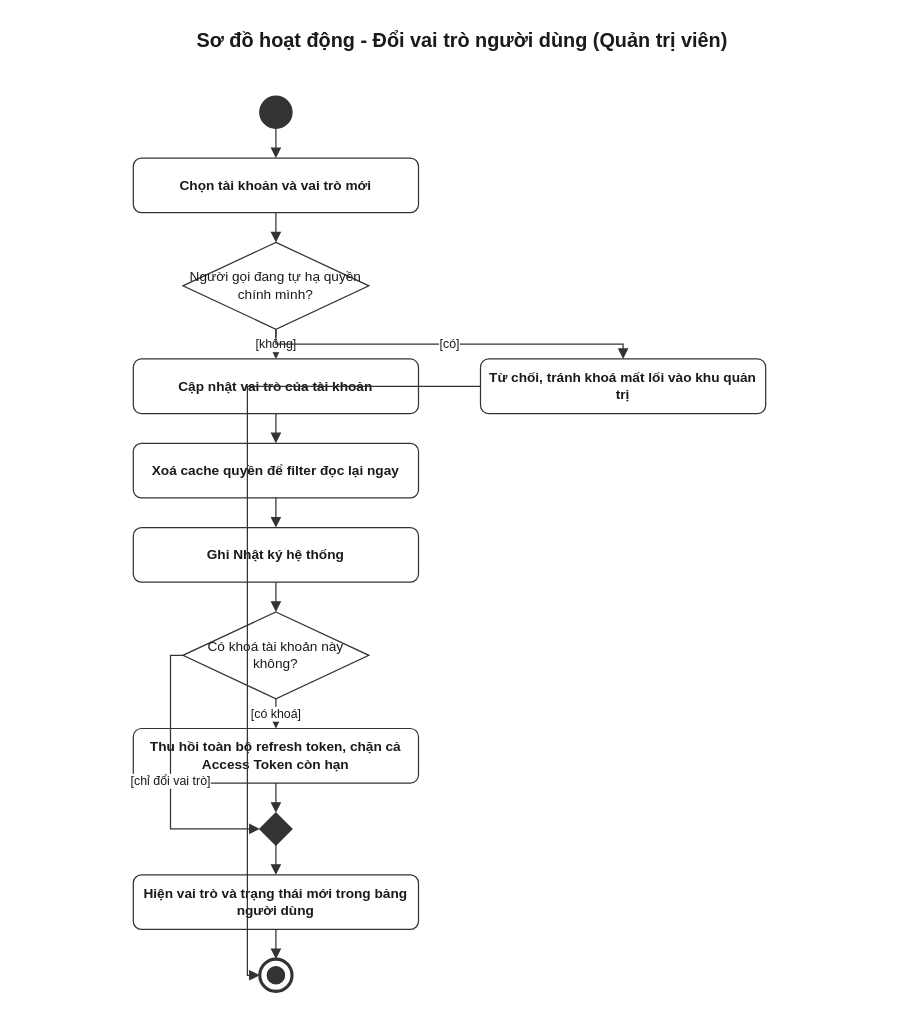
Earlier version of the draw.io diagram 08-diagram/activity/admin/activity_admin_doi_vai_tro_nguoi_dung.drawio (daiphu1801/PRJ_ALGOPREP). Source tidied: cells renumbered, new cells numbered last; positions are measured from the earlier drawing's top-left corner, leaving out a move shared by most shapes. Both pictures are drawn from the tidied source at 124%, with x=0, y=0 at pixel (21, 21).
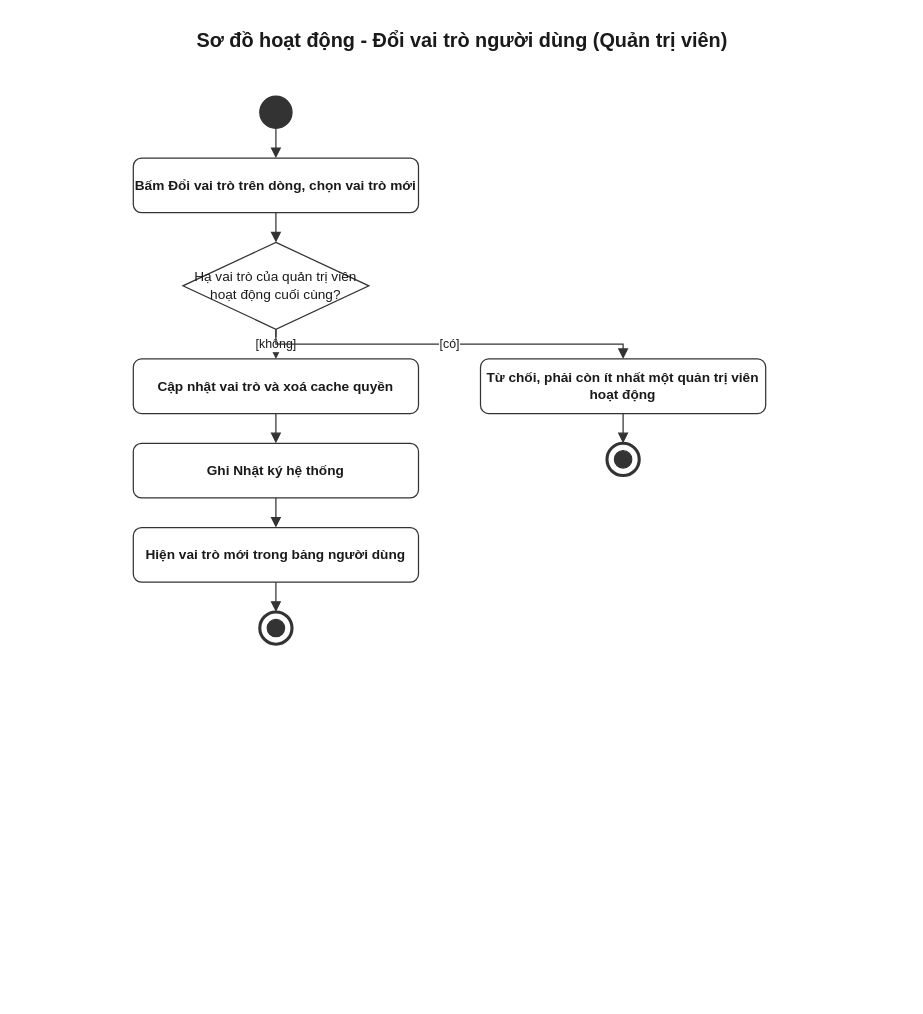
After the change.

Unchanged cells that the change refers to:
```xml
<mxCell id="3" style="ellipse;html=1;fillColor=#333333;strokeColor=#333333;" parent="1" vertex="1">
  <mxGeometry x="192" y="60" width="26" height="26" as="geometry" />
</mxCell>
```

Change to the diagram source:
```diff
@@
-    <mxCell id="4" value="Chọn tài khoản và vai trò mới" style="rounded=1;whiteSpace=wrap;html=1;fillColor=#FFFFFF;strokeColor=#333333;fontColor=#1A1A1A;fontSize=11;fontStyle=1;" parent="1" vertex="1">
+    <mxCell id="4" value="Bấm Đổi vai trò trên dòng, chọn vai trò mới" style="rounded=1;whiteSpace=wrap;html=1;fillColor=#FFFFFF;strokeColor=#333333;fontColor=#1A1A1A;fontSize=11;fontStyle=1;" parent="1" vertex="1">
       <mxGeometry x="90" y="110" width="230" height="44" as="geometry" />
     </mxCell>
-    <mxCell id="5" value="Người gọi đang tự hạ quyền chính mình?" style="rhombus;whiteSpace=wrap;html=1;fillColor=#FFFFFF;strokeColor=#333333;fontColor=#1A1A1A;fontSize=11;" parent="1" vertex="1">
+    <mxCell id="5" value="Hạ vai trò của quản trị viên hoạt động cuối cùng?" style="rhombus;whiteSpace=wrap;html=1;fillColor=#FFFFFF;strokeColor=#333333;fontColor=#1A1A1A;fontSize=11;" parent="1" vertex="1">
       <mxGeometry x="130" y="178" width="150" height="70" as="geometry" />
     </mxCell>
-    <mxCell id="6" value="Từ chối, tránh khoá mất lối vào khu quản trị" style="rounded=1;whiteSpace=wrap;html=1;fillColor=#FFFFFF;strokeColor=#333333;fontColor=#1A1A1A;fontSize=11;fontStyle=1;" parent="1" vertex="1">
-      <mxGeometry x="370" y="272" width="230" height="44" as="geometry" />
+    <mxCell id="6" value="Cập nhật vai trò và xoá cache quyền" style="rounded=1;whiteSpace=wrap;html=1;fillColor=#FFFFFF;strokeColor=#333333;fontColor=#1A1A1A;fontSize=11;fontStyle=1;" parent="1" vertex="1">
+      <mxGeometry x="90" y="272" width="230" height="44" as="geometry" />
     </mxCell>
-    <mxCell id="7" value="Cập nhật vai trò của tài khoản" style="rounded=1;whiteSpace=wrap;html=1;fillColor=#FFFFFF;strokeColor=#333333;fontColor=#1A1A1A;fontSize=11;fontStyle=1;" parent="1" vertex="1">
-      <mxGeometry x="90" y="272" width="230" height="44" as="geometry" />
+    <mxCell id="7" value="Ghi Nhật ký hệ thống" style="rounded=1;whiteSpace=wrap;html=1;fillColor=#FFFFFF;strokeColor=#333333;fontColor=#1A1A1A;fontSize=11;fontStyle=1;" parent="1" vertex="1">
+      <mxGeometry x="90" y="340" width="230" height="44" as="geometry" />
     </mxCell>
-    <mxCell id="8" value="Xoá cache quyền để filter đọc lại ngay" style="rounded=1;whiteSpace=wrap;html=1;fillColor=#FFFFFF;strokeColor=#333333;fontColor=#1A1A1A;fontSize=11;fontStyle=1;" parent="1" vertex="1">
-      <mxGeometry x="90" y="340" width="230" height="44" as="geometry" />
+    <mxCell id="8" value="Hiện vai trò mới trong bảng người dùng" style="rounded=1;whiteSpace=wrap;html=1;fillColor=#FFFFFF;strokeColor=#333333;fontColor=#1A1A1A;fontSize=11;fontStyle=1;" parent="1" vertex="1">
+      <mxGeometry x="90" y="408" width="230" height="44" as="geometry" />
     </mxCell>
-    <mxCell id="9" value="Ghi Nhật ký hệ thống" style="rounded=1;whiteSpace=wrap;html=1;fillColor=#FFFFFF;strokeColor=#333333;fontColor=#1A1A1A;fontSize=11;fontStyle=1;" parent="1" vertex="1">
-      <mxGeometry x="90" y="408" width="230" height="44" as="geometry" />
+    <mxCell id="9" style="ellipse;html=1;fillColor=none;strokeColor=#333333;strokeWidth=2.5;" parent="1" vertex="1">
+      <mxGeometry x="192" y="476" width="26" height="26" as="geometry" />
     </mxCell>
-    <mxCell id="10" value="Có khoá tài khoản này không?" style="rhombus;whiteSpace=wrap;html=1;fillColor=#FFFFFF;strokeColor=#333333;fontColor=#1A1A1A;fontSize=11;" parent="1" vertex="1">
-      <mxGeometry x="130" y="476" width="150" height="70" as="geometry" />
+    <mxCell id="10" style="ellipse;html=1;fillColor=#333333;strokeColor=#333333;" parent="1" vertex="1">
+      <mxGeometry x="198" y="482" width="14" height="14" as="geometry" />
     </mxCell>
-    <mxCell id="11" value="Thu hồi toàn bộ refresh token, chặn cả Access Token còn hạn" style="rounded=1;whiteSpace=wrap;html=1;fillColor=#FFFFFF;strokeColor=#333333;fontColor=#1A1A1A;fontSize=11;fontStyle=1;" parent="1" vertex="1">
-      <mxGeometry x="90" y="570" width="230" height="44" as="geometry" />
+    <mxCell id="11" value="Từ chối, phải còn ít nhất một quản trị viên hoạt động" style="rounded=1;whiteSpace=wrap;html=1;fillColor=#FFFFFF;strokeColor=#333333;fontColor=#1A1A1A;fontSize=11;fontStyle=1;" parent="1" vertex="1">
+      <mxGeometry x="370" y="272" width="230" height="44" as="geometry" />
     </mxCell>
-    <mxCell id="12" style="rhombus;html=1;fillColor=#333333;strokeColor=#333333;" parent="1" vertex="1">
-      <mxGeometry x="192" y="638" width="26" height="26" as="geometry" />
+    <mxCell id="12" style="ellipse;html=1;fillColor=none;strokeColor=#333333;strokeWidth=2.5;" parent="1" vertex="1">
+      <mxGeometry x="472" y="340" width="26" height="26" as="geometry" />
     </mxCell>
-    <mxCell id="13" value="Hiện vai trò và trạng thái mới trong bảng người dùng" style="rounded=1;whiteSpace=wrap;html=1;fillColor=#FFFFFF;strokeColor=#333333;fontColor=#1A1A1A;fontSize=11;fontStyle=1;" parent="1" vertex="1">
-      <mxGeometry x="90" y="688" width="230" height="44" as="geometry" />
+    <mxCell id="13" style="ellipse;html=1;fillColor=#333333;strokeColor=#333333;" parent="1" vertex="1">
+      <mxGeometry x="478" y="346" width="14" height="14" as="geometry" />
     </mxCell>
-    <mxCell id="14" style="ellipse;html=1;fillColor=none;strokeColor=#333333;strokeWidth=2.5;" parent="1" vertex="1">
-      <mxGeometry x="192" y="756" width="26" height="26" as="geometry" />
-    </mxCell>
-    <mxCell id="15" style="ellipse;html=1;fillColor=#333333;strokeColor=#333333;" parent="1" vertex="1">
-      <mxGeometry x="198" y="762" width="14" height="14" as="geometry" />
-    </mxCell>
+    <mxCell id="29" style="edgeStyle=orthogonalEdgeStyle;rounded=0;html=1;endArrow=block;endFill=1;strokeColor=#333333;fontColor=#1A1A1A;fontSize=10;exitX=0.5;exitY=1;exitDx=0;exitDy=0;entryX=0.5;entryY=0;entryDx=0;entryDy=0;" parent="1" edge="1" source="3" target="4">
+      <mxGeometry relative="1" as="geometry" />
+    </mxCell>
+    <mxCell id="30" style="edgeStyle=orthogonalEdgeStyle;rounded=0;html=1;endArrow=block;endFill=1;strokeColor=#333333;fontColor=#1A1A1A;fontSize=10;exitX=0.5;exitY=1;exitDx=0;exitDy=0;entryX=0.5;entryY=0;entryDx=0;entryDy=0;" parent="1" edge="1" source="4" target="5">
+      <mxGeometry relative="1" as="geometry" />
+    </mxCell>
-    <mxCell id="16" style="edgeStyle=orthogonalEdgeStyle;rounded=0;html=1;endArrow=block;endFill=1;strokeColor=#333333;fontColor=#1A1A1A;fontSize=10;exitX=0.5;exitY=1;exitDx=0;exitDy=0;entryX=0.5;entryY=0;entryDx=0;entryDy=0;" parent="1" edge="1" source="3" target="4">
+    <mxCell id="16" value="[không]" style="edgeStyle=orthogonalEdgeStyle;rounded=0;html=1;endArrow=block;endFill=1;strokeColor=#333333;fontColor=#1A1A1A;fontSize=10;exitX=0.5;exitY=1;exitDx=0;exitDy=0;entryX=0.5;entryY=0;entryDx=0;entryDy=0;" parent="1" edge="1" source="5" target="6">
       <mxGeometry relative="1" as="geometry" />
     </mxCell>
-    <mxCell id="17" style="edgeStyle=orthogonalEdgeStyle;rounded=0;html=1;endArrow=block;endFill=1;strokeColor=#333333;fontColor=#1A1A1A;fontSize=10;exitX=0.5;exitY=1;exitDx=0;exitDy=0;entryX=0.5;entryY=0;entryDx=0;entryDy=0;" parent="1" edge="1" source="4" target="5">
+    <mxCell id="17" value="[có]" style="edgeStyle=orthogonalEdgeStyle;rounded=0;html=1;endArrow=block;endFill=1;strokeColor=#333333;fontColor=#1A1A1A;fontSize=10;exitX=0.5;exitY=1;exitDx=0;exitDy=0;entryX=0.5;entryY=0;entryDx=0;entryDy=0;" parent="1" edge="1" source="5" target="11">
       <mxGeometry relative="1" as="geometry" />
     </mxCell>
-    <mxCell id="18" value="[không]" style="edgeStyle=orthogonalEdgeStyle;rounded=0;html=1;endArrow=block;endFill=1;strokeColor=#333333;fontColor=#1A1A1A;fontSize=10;exitX=0.5;exitY=1;exitDx=0;exitDy=0;entryX=0.5;entryY=0;entryDx=0;entryDy=0;" parent="1" edge="1" source="5" target="7">
+    <mxCell id="18" style="edgeStyle=orthogonalEdgeStyle;rounded=0;html=1;endArrow=block;endFill=1;strokeColor=#333333;fontColor=#1A1A1A;fontSize=10;exitX=0.5;exitY=1;exitDx=0;exitDy=0;entryX=0.5;entryY=0;entryDx=0;entryDy=0;" parent="1" edge="1" source="6" target="7">
       <mxGeometry relative="1" as="geometry" />
     </mxCell>
-    <mxCell id="19" value="[có]" style="edgeStyle=orthogonalEdgeStyle;rounded=0;html=1;endArrow=block;endFill=1;strokeColor=#333333;fontColor=#1A1A1A;fontSize=10;exitX=0.5;exitY=1;exitDx=0;exitDy=0;entryX=0.5;entryY=0;entryDx=0;entryDy=0;" parent="1" edge="1" source="5" target="6">
+    <mxCell id="19" style="edgeStyle=orthogonalEdgeStyle;rounded=0;html=1;endArrow=block;endFill=1;strokeColor=#333333;fontColor=#1A1A1A;fontSize=10;exitX=0.5;exitY=1;exitDx=0;exitDy=0;entryX=0.5;entryY=0;entryDx=0;entryDy=0;" parent="1" edge="1" source="7" target="8">
       <mxGeometry relative="1" as="geometry" />
     </mxCell>
-    <mxCell id="20" style="edgeStyle=orthogonalEdgeStyle;rounded=0;html=1;endArrow=block;endFill=1;strokeColor=#333333;fontColor=#1A1A1A;fontSize=10;exitX=0;exitY=0.5;exitDx=0;exitDy=0;entryX=0;entryY=0.5;entryDx=0;entryDy=0;" parent="1" edge="1" source="6" target="14">
+    <mxCell id="20" style="edgeStyle=orthogonalEdgeStyle;rounded=0;html=1;endArrow=block;endFill=1;strokeColor=#333333;fontColor=#1A1A1A;fontSize=10;exitX=0.5;exitY=1;exitDx=0;exitDy=0;entryX=0.5;entryY=0;entryDx=0;entryDy=0;" parent="1" edge="1" source="8" target="9">
       <mxGeometry relative="1" as="geometry" />
     </mxCell>
-    <mxCell id="21" style="edgeStyle=orthogonalEdgeStyle;rounded=0;html=1;endArrow=block;endFill=1;strokeColor=#333333;fontColor=#1A1A1A;fontSize=10;exitX=0.5;exitY=1;exitDx=0;exitDy=0;entryX=0.5;entryY=0;entryDx=0;entryDy=0;" parent="1" edge="1" source="7" target="8">
+    <mxCell id="21" style="edgeStyle=orthogonalEdgeStyle;rounded=0;html=1;endArrow=block;endFill=1;strokeColor=#333333;fontColor=#1A1A1A;fontSize=10;exitX=0.5;exitY=1;exitDx=0;exitDy=0;entryX=0.5;entryY=0;entryDx=0;entryDy=0;" parent="1" edge="1" source="11" target="12">
       <mxGeometry relative="1" as="geometry" />
     </mxCell>
-    <mxCell id="22" style="edgeStyle=orthogonalEdgeStyle;rounded=0;html=1;endArrow=block;endFill=1;strokeColor=#333333;fontColor=#1A1A1A;fontSize=10;exitX=0.5;exitY=1;exitDx=0;exitDy=0;entryX=0.5;entryY=0;entryDx=0;entryDy=0;" parent="1" edge="1" source="8" target="9">
-      <mxGeometry relative="1" as="geometry" />
-    </mxCell>
-    <mxCell id="23" style="edgeStyle=orthogonalEdgeStyle;rounded=0;html=1;endArrow=block;endFill=1;strokeColor=#333333;fontColor=#1A1A1A;fontSize=10;exitX=0.5;exitY=1;exitDx=0;exitDy=0;entryX=0.5;entryY=0;entryDx=0;entryDy=0;" parent="1" edge="1" source="9" target="10">
-      <mxGeometry relative="1" as="geometry" />
-    </mxCell>
-    <mxCell id="24" value="[có khoá]" style="edgeStyle=orthogonalEdgeStyle;rounded=0;html=1;endArrow=block;endFill=1;strokeColor=#333333;fontColor=#1A1A1A;fontSize=10;exitX=0.5;exitY=1;exitDx=0;exitDy=0;entryX=0.5;entryY=0;entryDx=0;entryDy=0;" parent="1" edge="1" source="10" target="11">
-      <mxGeometry relative="1" as="geometry" />
-    </mxCell>
-    <mxCell id="25" value="[chỉ đổi vai trò]" style="edgeStyle=orthogonalEdgeStyle;rounded=0;html=1;endArrow=block;endFill=1;strokeColor=#333333;fontColor=#1A1A1A;fontSize=10;exitX=0;exitY=0.5;exitDx=0;exitDy=0;entryX=0;entryY=0.5;entryDx=0;entryDy=0;" parent="1" edge="1" source="10" target="12">
-      <mxGeometry relative="1" as="geometry" />
-    </mxCell>
-    <mxCell id="26" style="edgeStyle=orthogonalEdgeStyle;rounded=0;html=1;endArrow=block;endFill=1;strokeColor=#333333;fontColor=#1A1A1A;fontSize=10;exitX=0.5;exitY=1;exitDx=0;exitDy=0;entryX=0.5;entryY=0;entryDx=0;entryDy=0;" parent="1" edge="1" source="11" target="12">
-      <mxGeometry relative="1" as="geometry" />
-    </mxCell>
-    <mxCell id="27" style="edgeStyle=orthogonalEdgeStyle;rounded=0;html=1;endArrow=block;endFill=1;strokeColor=#333333;fontColor=#1A1A1A;fontSize=10;exitX=0.5;exitY=1;exitDx=0;exitDy=0;entryX=0.5;entryY=0;entryDx=0;entryDy=0;" parent="1" edge="1" source="12" target="13">
-      <mxGeometry relative="1" as="geometry" />
-    </mxCell>
-    <mxCell id="28" style="edgeStyle=orthogonalEdgeStyle;rounded=0;html=1;endArrow=block;endFill=1;strokeColor=#333333;fontColor=#1A1A1A;fontSize=10;exitX=0.5;exitY=1;exitDx=0;exitDy=0;entryX=0.5;entryY=0;entryDx=0;entryDy=0;" parent="1" edge="1" source="13" target="14">
-      <mxGeometry relative="1" as="geometry" />
-    </mxCell>
```
